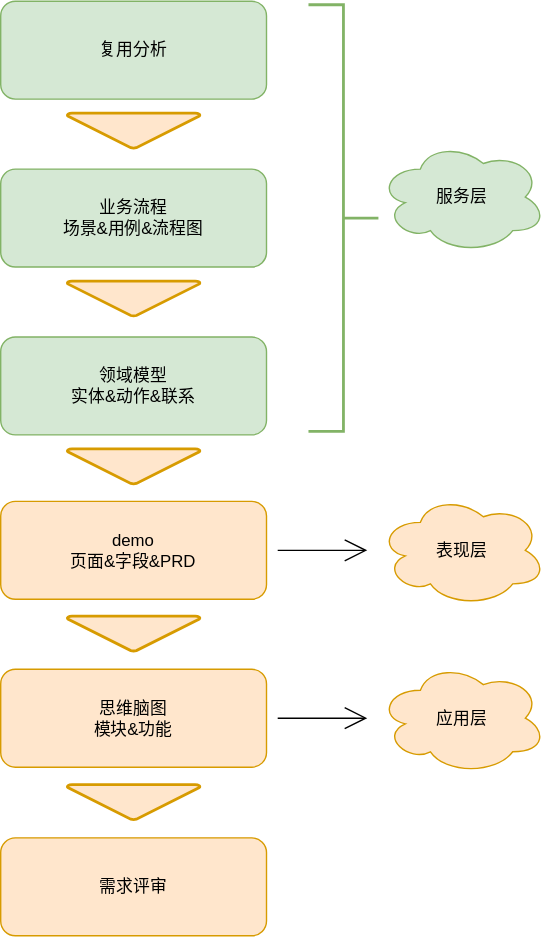
Earlier version of the draw.io export ddm.drawio.svg (fsdmp/diagrams). Source tidied: cells renumbered, new cells last; positions are measured from the earlier drawing's top-left corner, leaving out a move shared by most shapes.
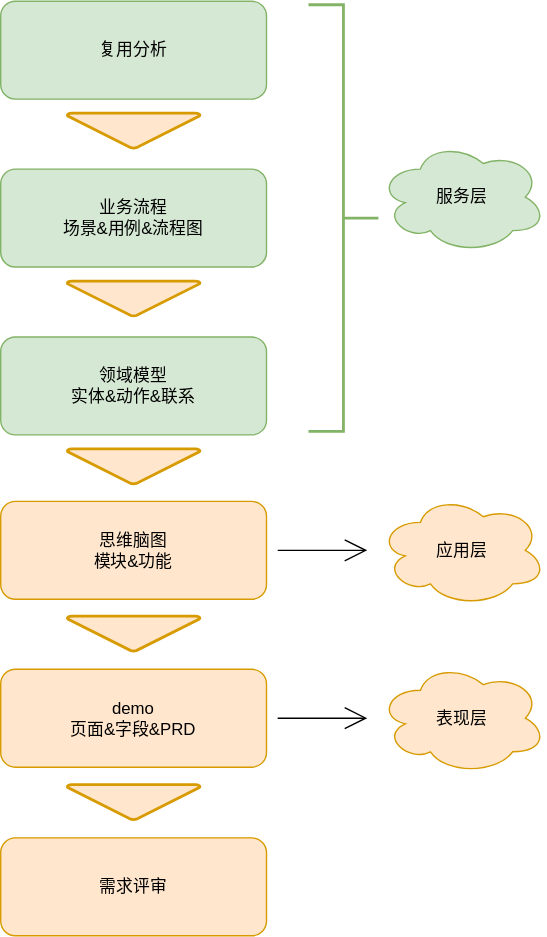
Later version of the same file.

Change to the diagram source:
```diff
@@ -11,13 +11,13 @@
     <mxCell id="4" style="edgeStyle=none;curved=1;rounded=0;jettySize=auto;html=1;endArrow=open;startSize=14;endSize=14;sourcePerimeterSpacing=8;targetPerimeterSpacing=8;" parent="1" edge="1" source="5" target="12">
       <mxGeometry relative="1" as="geometry" />
     </mxCell>
-    <mxCell id="5" value="思维脑图&lt;br&gt;模块&amp;amp;功能&lt;br&gt;" style="rounded=1;whiteSpace=wrap;html=1;hachureGap=4;fillColor=#ffe6cc;strokeColor=#d79b00;" parent="1" vertex="1">
+    <mxCell id="5" value="demo&lt;br&gt;页面&amp;amp;字段&amp;amp;PRD&lt;br&gt;" style="rounded=1;whiteSpace=wrap;html=1;hachureGap=4;fillColor=#ffe6cc;strokeColor=#d79b00;" parent="1" vertex="1">
       <mxGeometry y="477.5" width="190" height="70" as="geometry" />
     </mxCell>
     <mxCell id="6" style="edgeStyle=none;curved=1;rounded=0;jettySize=auto;html=1;endArrow=open;startSize=14;endSize=14;sourcePerimeterSpacing=8;targetPerimeterSpacing=8;" parent="1" edge="1" source="7" target="13">
       <mxGeometry relative="1" as="geometry" />
     </mxCell>
-    <mxCell id="7" value="demo&lt;br&gt;页面&amp;amp;字段&amp;amp;PRD&lt;br&gt;" style="rounded=1;whiteSpace=wrap;html=1;hachureGap=4;fillColor=#ffe6cc;strokeColor=#d79b00;" parent="1" vertex="1">
+    <mxCell id="7" value="思维脑图&lt;br&gt;模块&amp;amp;功能&lt;br&gt;" style="rounded=1;whiteSpace=wrap;html=1;hachureGap=4;fillColor=#ffe6cc;strokeColor=#d79b00;" parent="1" vertex="1">
       <mxGeometry y="357.5" width="190" height="70" as="geometry" />
     </mxCell>
     <mxCell id="8" style="strokeWidth=2;html=1;shape=mxgraph.flowchart.merge_or_storage;whiteSpace=wrap;hachureGap=4;fillColor=#ffe6cc;strokeColor=#d79b00;" parent="1" vertex="1">
@@ -32,10 +32,10 @@
     <mxCell id="11" value="服务层" style="ellipse;shape=cloud;whiteSpace=wrap;html=1;hachureGap=4;fillColor=#d5e8d4;strokeColor=#82b366;" parent="1" vertex="1">
       <mxGeometry x="270" y="100" width="120" height="80" as="geometry" />
     </mxCell>
-    <mxCell id="12" value="应用层" style="ellipse;shape=cloud;whiteSpace=wrap;html=1;hachureGap=4;fillColor=#ffe6cc;strokeColor=#d79b00;" parent="1" vertex="1">
+    <mxCell id="12" value="表现层" style="ellipse;shape=cloud;whiteSpace=wrap;html=1;hachureGap=4;fillColor=#ffe6cc;strokeColor=#d79b00;" parent="1" vertex="1">
       <mxGeometry x="270" y="472.5" width="120" height="80" as="geometry" />
     </mxCell>
-    <mxCell id="13" value="表现层" style="ellipse;shape=cloud;whiteSpace=wrap;html=1;hachureGap=4;fillColor=#ffe6cc;strokeColor=#d79b00;" parent="1" vertex="1">
+    <mxCell id="13" value="应用层" style="ellipse;shape=cloud;whiteSpace=wrap;html=1;hachureGap=4;fillColor=#ffe6cc;strokeColor=#d79b00;" parent="1" vertex="1">
       <mxGeometry x="270" y="352.5" width="120" height="80" as="geometry" />
     </mxCell>
     <mxCell id="14" value="复用分析&lt;br&gt;" style="rounded=1;whiteSpace=wrap;html=1;hachureGap=4;fillColor=#d5e8d4;strokeColor=#82b366;" parent="1" vertex="1">
```
